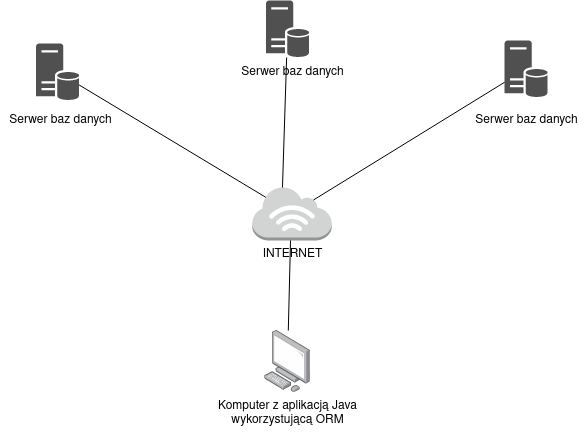
Earlier version of the draw.io export diagrams/architektura_fizyczna.drawio.png (ajablonsk1/orm-design-patterns). Source tidied: cells renumbered, new cells last; positions are measured from the earlier drawing's top-left corner, leaving out a move shared by most shapes.
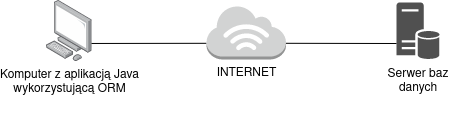
After the change.

Commit message:
architektura fizyczna update

Change to the diagram source:
```diff
@@ -2,43 +2,25 @@
   <root>
     <mxCell id="0" />
     <mxCell id="1" parent="0" />
-    <mxCell id="2" style="sketch=0;shadow=0;dashed=0;html=1;strokeColor=none;fillColor=#505050;labelPosition=center;verticalLabelPosition=bottom;verticalAlign=top;outlineConnect=0;align=center;shape=mxgraph.office.databases.database_server;" parent="1" vertex="1">
-      <mxGeometry x="35.6" y="43" width="43" height="57" as="geometry" />
-    </mxCell>
-    <mxCell id="3" value="Serwer baz danych" style="text;html=1;align=center;verticalAlign=middle;strokeColor=none;fillColor=none;" parent="1" vertex="1">
-      <mxGeometry y="110" width="120" height="20" as="geometry" />
-    </mxCell>
-    <mxCell id="4" style="sketch=0;shadow=0;dashed=0;html=1;strokeColor=none;fillColor=#505050;labelPosition=center;verticalLabelPosition=bottom;verticalAlign=top;outlineConnect=0;align=center;shape=mxgraph.office.databases.database_server;" parent="1" vertex="1">
-      <mxGeometry x="265.6" width="43" height="57" as="geometry" />
-    </mxCell>
-    <mxCell id="5" value="Serwer baz danych" style="text;html=1;align=center;verticalAlign=middle;strokeColor=none;fillColor=none;" parent="1" vertex="1">
-      <mxGeometry x="231.5" y="61.5" width="120" height="20" as="geometry" />
-    </mxCell>
     <mxCell id="6" style="sketch=0;shadow=0;dashed=0;html=1;strokeColor=none;fillColor=#505050;labelPosition=center;verticalLabelPosition=bottom;verticalAlign=top;outlineConnect=0;align=center;shape=mxgraph.office.databases.database_server;" parent="1" vertex="1">
-      <mxGeometry x="504.1" y="40" width="43" height="57" as="geometry" />
+      <mxGeometry x="420" y="186" width="43" height="57" as="geometry" />
     </mxCell>
-    <mxCell id="7" value="Serwer baz danych" style="text;html=1;align=center;verticalAlign=middle;strokeColor=none;fillColor=none;" parent="1" vertex="1">
-      <mxGeometry x="465.6" y="110" width="120" height="20" as="geometry" />
-    </mxCell>
     <mxCell id="8" value="&lt;div&gt;Komputer z aplikacją Java&lt;br&gt;wykorzystującą ORM&lt;/div&gt;&lt;div&gt;&lt;br&gt;&lt;/div&gt;" style="points=[];html=1;align=center;shadow=0;dashed=0;image;image=img/lib/allied_telesis/computer_and_terminals/Personal_Computer.svg;" parent="1" vertex="1">
-      <mxGeometry x="264.3" y="330" width="45.6" height="61.8" as="geometry" />
+      <mxGeometry x="70" y="183.6" width="45.6" height="61.8" as="geometry" />
     </mxCell>
+    <mxCell id="14" style="edgeStyle=none;rounded=0;jettySize=auto;html=1;exitX=0;exitY=0.7;exitDx=0;exitDy=0;exitPerimeter=0;entryX=0.987;entryY=0.702;entryDx=0;entryDy=0;entryPerimeter=0;endArrow=none;endFill=0;" parent="1" edge="1" source="9" target="8">
+      <mxGeometry relative="1" as="geometry" />
+    </mxCell>
+    <mxCell id="15" style="edgeStyle=none;rounded=0;jettySize=auto;html=1;exitX=1;exitY=0.7;exitDx=0;exitDy=0;exitPerimeter=0;endArrow=none;endFill=0;" parent="1" edge="1" source="9">
+      <mxGeometry relative="1" as="geometry">
+        <mxPoint x="420" y="227" as="targetPoint" />
+      </mxGeometry>
+    </mxCell>
     <mxCell id="9" value="INTERNET" style="outlineConnect=0;dashed=0;verticalLabelPosition=bottom;verticalAlign=top;align=center;html=1;shape=mxgraph.aws3.internet_3;fillColor=#D2D3D3;gradientColor=none;strokeColor=default;" parent="1" vertex="1">
-      <mxGeometry x="251.8" y="186" width="79.5" height="54" as="geometry" />
+      <mxGeometry x="230" y="189" width="79.5" height="54" as="geometry" />
     </mxCell>
-    <mxCell id="10" style="endArrow=none;html=1;rounded=0;exitX=0.77;exitY=0.25;exitDx=0;exitDy=0;exitPerimeter=0;" parent="1" edge="1" source="9" target="6">
-      <mxGeometry relative="1" as="geometry" />
-    </mxCell>
-    <mxCell id="11" style="endArrow=none;html=1;rounded=0;" parent="1" edge="1" target="8">
-      <mxGeometry relative="1" as="geometry">
-        <mxPoint x="290" y="240" as="sourcePoint" />
-      </mxGeometry>
-    </mxCell>
-    <mxCell id="12" style="endArrow=none;html=1;rounded=0;exitX=0.38;exitY=0.02;exitDx=0;exitDy=0;exitPerimeter=0;" parent="1" edge="1" source="9" target="4">
-      <mxGeometry relative="1" as="geometry" />
-    </mxCell>
-    <mxCell id="13" style="endArrow=none;html=1;rounded=0;entryX=0.17;entryY=0.2;entryDx=0;entryDy=0;entryPerimeter=0;" parent="1" edge="1" source="2" target="9">
-      <mxGeometry relative="1" as="geometry" />
-    </mxCell>
+    <mxCell id="16" value="Serwer baz danych" style="text;html=1;strokeColor=none;fillColor=none;align=center;verticalAlign=middle;whiteSpace=wrap;rounded=0;" parent="1" vertex="1">
+      <mxGeometry x="401.5" y="250" width="80" height="30" as="geometry" />
+    </mxCell>
   </root>
 </mxGraphModel>
```
